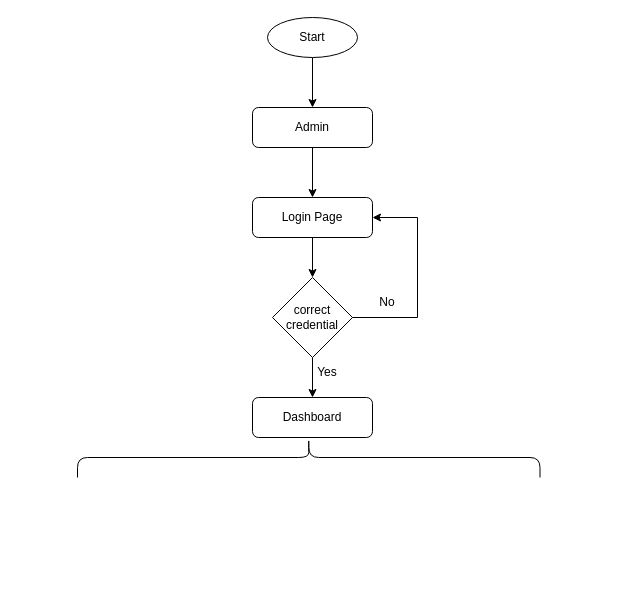
This is Untitled Diagram.drawio from anjana732/Flowchart, a draw.io file, before an edit. Source tidied: cells renumbered, new cells numbered last; positions are measured from the earlier drawing's top-left corner, leaving out a move shared by most shapes. Both pictures are drawn from the tidied source at 100%, with x=0, y=0 at pixel (77, 17).
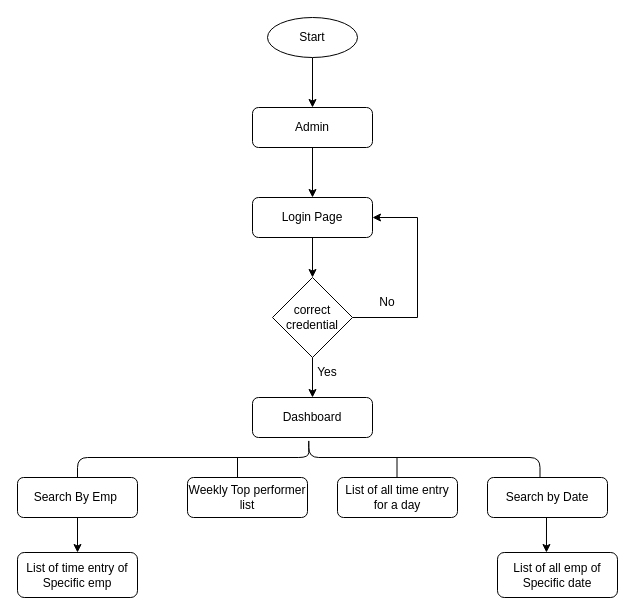
After the change.

The edit, as a diff of the source:
```diff
@@
+    <mxCell id="15" style="edgeStyle=orthogonalEdgeStyle;rounded=0;jettySize=auto;html=1;exitX=0.5;exitY=1;exitDx=0;exitDy=0;entryX=0.5;entryY=0;entryDx=0;entryDy=0;" parent="1" edge="1" source="16" target="22">
+      <mxGeometry relative="1" as="geometry" />
+    </mxCell>
+    <mxCell id="16" value="Search By Emp&amp;nbsp;" style="rounded=1;whiteSpace=wrap;html=1;" parent="1" vertex="1">
+      <mxGeometry x="-60" y="460" width="120" height="40" as="geometry" />
+    </mxCell>
+    <mxCell id="17" value="Search by Date" style="rounded=1;whiteSpace=wrap;html=1;" parent="1" vertex="1">
+      <mxGeometry x="410" y="460" width="120" height="40" as="geometry" />
+    </mxCell>
+    <mxCell id="18" value="List of all time entry for a day" style="rounded=1;whiteSpace=wrap;html=1;" parent="1" vertex="1">
+      <mxGeometry x="260" y="460" width="120" height="40" as="geometry" />
+    </mxCell>
+    <mxCell id="19" value="Weekly Top performer list" style="rounded=1;whiteSpace=wrap;html=1;" parent="1" vertex="1">
+      <mxGeometry x="110" y="460" width="120" height="40" as="geometry" />
+    </mxCell>
+    <mxCell id="20" style="endArrow=none;html=1;rounded=0;" parent="1" edge="1">
+      <mxGeometry relative="1" as="geometry">
+        <mxPoint x="160" y="460" as="sourcePoint" />
+        <mxPoint x="160" y="440" as="targetPoint" />
+      </mxGeometry>
+    </mxCell>
+    <mxCell id="21" style="endArrow=none;html=1;rounded=0;" parent="1" edge="1">
+      <mxGeometry relative="1" as="geometry">
+        <mxPoint x="319.5" y="460" as="sourcePoint" />
+        <mxPoint x="319.5" y="440" as="targetPoint" />
+      </mxGeometry>
+    </mxCell>
+    <mxCell id="22" value="List of time entry of Specific emp" style="rounded=1;whiteSpace=wrap;html=1;" parent="1" vertex="1">
+      <mxGeometry x="-60" y="535" width="120" height="45" as="geometry" />
+    </mxCell>
+    <mxCell id="23" value="List of all emp of Specific date" style="rounded=1;whiteSpace=wrap;html=1;" parent="1" vertex="1">
+      <mxGeometry x="420" y="535" width="120" height="45" as="geometry" />
+    </mxCell>
+    <mxCell id="24" style="edgeStyle=orthogonalEdgeStyle;rounded=0;jettySize=auto;html=1;exitX=0.5;exitY=1;exitDx=0;exitDy=0;entryX=0.408;entryY=0;entryDx=0;entryDy=0;entryPerimeter=0;" parent="1" edge="1" source="17" target="23">
+      <mxGeometry relative="1" as="geometry" />
+    </mxCell>
```
